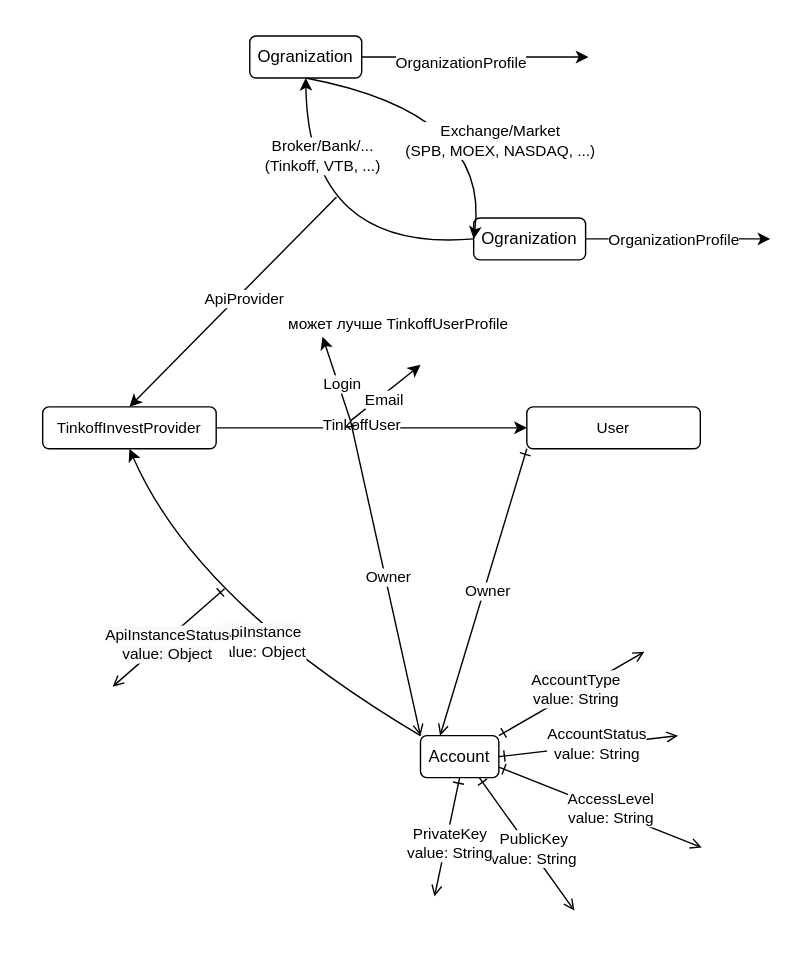
Earlier version of the draw.io export src/account/Account.drawio.svg (suenot/deep-tinkoff-invest-api). Source tidied: cells renumbered, new cells last; positions are measured from the earlier drawing's top-left corner, leaving out a move shared by most shapes.
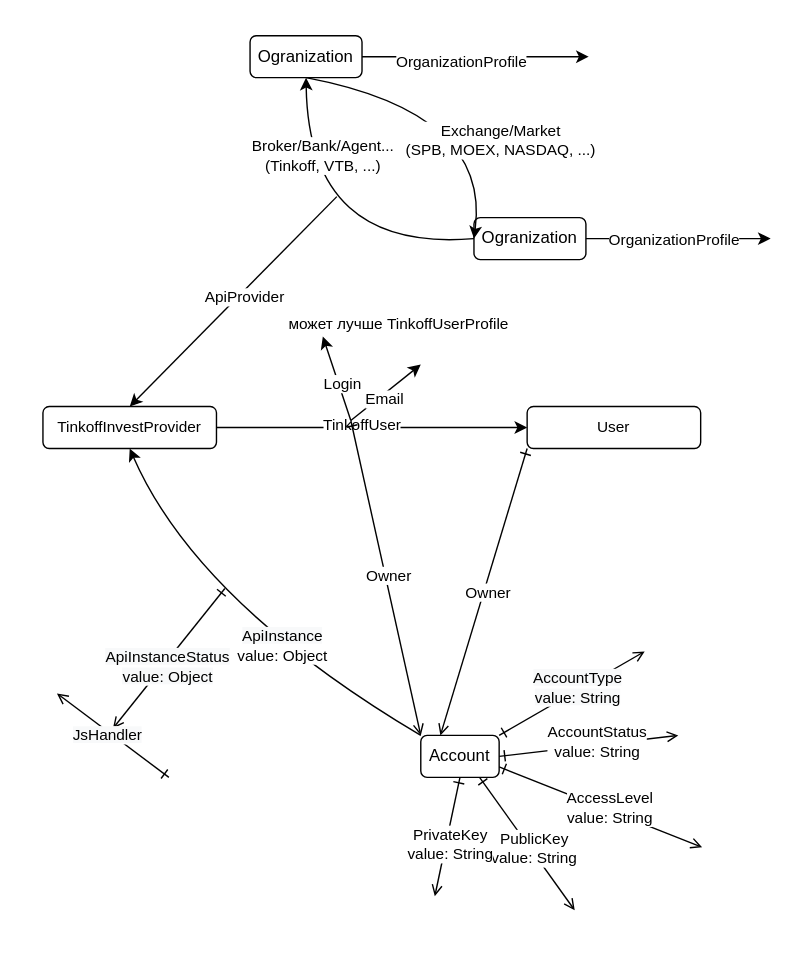
After the commit.

Commit message:
account, transaction

What changed in the source:
```diff
@@ -59,7 +59,9 @@
       <mxGeometry x="-0.15" relative="1" as="geometry" />
     </mxCell>
     <mxCell id="16" value="&lt;font style=&quot;font-size: 11px&quot;&gt;&lt;span style=&quot;background-color: rgb(248 , 249 , 250)&quot;&gt;ApiInstance&lt;/span&gt;&lt;br&gt;value: Object&lt;/font&gt;" style="edgeLabel;html=1;align=center;verticalAlign=middle;" parent="14" vertex="1">
-      <mxGeometry x="-0.14" relative="1" as="geometry" />
+      <mxGeometry x="-0.14" relative="1" as="geometry">
+        <mxPoint x="14" y="3" as="offset" />
+      </mxGeometry>
     </mxCell>
     <mxCell id="17" value="Ogranization" style="rounded=1;whiteSpace=wrap;html=1;labelBackgroundColor=none;" parent="1" vertex="1">
       <mxGeometry x="178" y="25" width="80" height="30" as="geometry" />
@@ -118,7 +120,7 @@
         </Array>
       </mxGeometry>
     </mxCell>
-    <mxCell id="30" value="Broker/Bank/...&lt;br&gt;(Tinkoff, VTB, ...)" style="edgeLabel;html=1;align=center;verticalAlign=middle;" parent="29" vertex="1">
+    <mxCell id="30" value="Broker/Bank/Agent...&lt;br&gt;(Tinkoff, VTB, ...)" style="edgeLabel;html=1;align=center;verticalAlign=middle;" parent="29" vertex="1">
       <mxGeometry x="-0.11" y="-2" relative="1" as="geometry">
         <mxPoint y="-67" as="offset" />
       </mxGeometry>
@@ -167,7 +169,7 @@
     <mxCell id="40" style="edgeStyle=none;html=1;startArrow=ERone;startFill=0;endArrow=open;endFill=0;" parent="1" edge="1">
       <mxGeometry relative="1" as="geometry">
         <mxPoint x="160" y="420" as="sourcePoint" />
-        <mxPoint x="80" y="490" as="targetPoint" />
+        <mxPoint x="80" y="520" as="targetPoint" />
       </mxGeometry>
     </mxCell>
     <mxCell id="41" value="&lt;span style=&quot;background-color: rgb(248 , 249 , 250)&quot;&gt;ApiInstanceStatus&lt;/span&gt;&lt;span style=&quot;background-color: rgb(248 , 249 , 250)&quot;&gt;&lt;span&gt;&lt;br&gt;value: Object&lt;/span&gt;&lt;br&gt;&lt;/span&gt;" style="edgeLabel;html=1;align=center;verticalAlign=middle;" parent="40" vertex="1">
@@ -181,5 +183,14 @@
     <mxCell id="43" value="Owner" style="edgeLabel;html=1;align=center;verticalAlign=middle;" parent="42" vertex="1">
       <mxGeometry x="-0.01" y="2" relative="1" as="geometry" />
     </mxCell>
+    <mxCell id="44" style="edgeStyle=none;html=1;startArrow=ERone;startFill=0;endArrow=open;endFill=0;" parent="1" edge="1">
+      <mxGeometry relative="1" as="geometry">
+        <mxPoint x="120" y="555" as="sourcePoint" />
+        <mxPoint x="40" y="495" as="targetPoint" />
+      </mxGeometry>
+    </mxCell>
+    <mxCell id="45" value="&lt;span style=&quot;background-color: rgb(248 , 249 , 250)&quot;&gt;JsHandler&lt;br&gt;&lt;/span&gt;" style="edgeLabel;html=1;align=center;verticalAlign=middle;" parent="44" vertex="1">
+      <mxGeometry x="0.08" y="2" relative="1" as="geometry" />
+    </mxCell>
   </root>
 </mxGraphModel>
```
